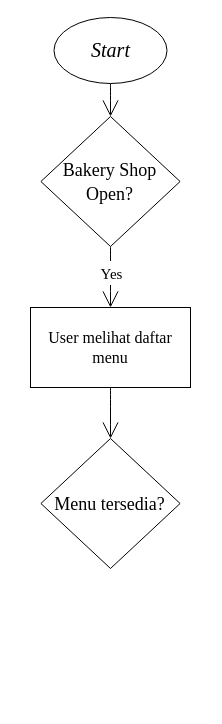
The draw.io diagram flowchart.drawio in cherylazalia/Cheryl_Azalia-BakeryShop, before the edit. Source tidied: cells renumbered, new cells numbered last; positions are measured from the earlier drawing's top-left corner, leaving out a move shared by most shapes. Both pictures are drawn from the tidied source at 100%, with x=0, y=0 at pixel (30, 17).
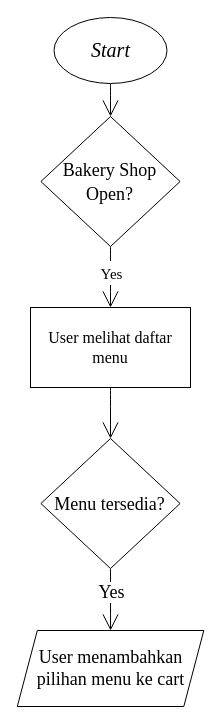
Above is the later version.

Commit message:
Pengondisian Jika Jawaban Benar

Diff of the diagram source:
```diff
@@
 <mxGraphModel>
   <root>
     <mxCell id="0" />
     <mxCell id="1" parent="0" />
     <mxCell id="2" style="edgeStyle=none;shape=connector;curved=1;rounded=0;sketch=0;hachureGap=4;html=1;labelBackgroundColor=default;fontFamily=Times New Roman;fontSize=16;fontColor=default;endArrow=open;startSize=14;endSize=14;sourcePerimeterSpacing=8;targetPerimeterSpacing=8;strokeColor=default;exitX=0.5;exitY=1;exitDx=0;exitDy=0;entryX=0.5;entryY=0;entryDx=0;entryDy=0;" parent="1" edge="1" source="4" target="8">
       <mxGeometry relative="1" as="geometry" />
     </mxCell>
     <mxCell id="3" value="&lt;font face=&quot;Times New Roman&quot; style=&quot;font-size: 15px&quot;&gt;Yes&lt;/font&gt;" style="edgeLabel;html=1;align=center;verticalAlign=middle;fontSize=20;fontFamily=Architects Daughter;fontColor=default;" parent="2" vertex="1">
       <mxGeometry x="-0.55" relative="1" as="geometry">
         <mxPoint y="11" as="offset" />
       </mxGeometry>
     </mxCell>
     <mxCell id="4" value="&lt;font face=&quot;Times New Roman&quot; style=&quot;font-size: 18px&quot;&gt;Bakery Shop Open?&lt;/font&gt;" style="rhombus;whiteSpace=wrap;html=1;sketch=0;hachureGap=4;fontFamily=Architects Daughter;fontSize=20;" parent="1" vertex="1">
       <mxGeometry x="10.4" y="99" width="139.2" height="130" as="geometry" />
     </mxCell>
     <mxCell id="5" style="edgeStyle=none;curved=1;rounded=0;sketch=0;hachureGap=4;jettySize=auto;html=1;fontFamily=Times New Roman;fontSize=16;endArrow=open;startSize=14;endSize=14;sourcePerimeterSpacing=8;targetPerimeterSpacing=8;exitX=0.5;exitY=1;exitDx=0;exitDy=0;entryX=0.5;entryY=0;entryDx=0;entryDy=0;" parent="1" edge="1" source="6" target="4">
       <mxGeometry relative="1" as="geometry" />
     </mxCell>
     <mxCell id="6" value="&lt;font face=&quot;Times New Roman&quot;&gt;&lt;i&gt;Start&lt;/i&gt;&lt;/font&gt;" style="ellipse;whiteSpace=wrap;html=1;sketch=0;hachureGap=4;fontFamily=Architects Daughter;fontSize=20;" parent="1" vertex="1">
       <mxGeometry x="23.5" width="113" height="66" as="geometry" />
     </mxCell>
     <mxCell id="7" style="edgeStyle=none;shape=connector;curved=1;rounded=0;sketch=0;hachureGap=4;html=1;labelBackgroundColor=default;fontFamily=Times New Roman;fontSize=18;fontColor=default;endArrow=open;startSize=14;endSize=14;sourcePerimeterSpacing=8;targetPerimeterSpacing=8;strokeColor=default;exitX=0.5;exitY=1;exitDx=0;exitDy=0;entryX=0.5;entryY=0;entryDx=0;entryDy=0;" parent="1" edge="1" source="8" target="9">
       <mxGeometry relative="1" as="geometry" />
     </mxCell>
     <mxCell id="8" value="User melihat daftar menu" style="rounded=0;whiteSpace=wrap;html=1;sketch=0;hachureGap=4;fontFamily=Times New Roman;fontSize=16;fontColor=default;" parent="1" vertex="1">
       <mxGeometry y="290" width="160" height="80" as="geometry" />
     </mxCell>
+    <mxCell id="10" style="edgeStyle=none;shape=connector;curved=1;rounded=0;sketch=0;hachureGap=4;html=1;labelBackgroundColor=default;fontFamily=Times New Roman;fontSize=18;fontColor=default;endArrow=open;startSize=14;endSize=14;sourcePerimeterSpacing=8;targetPerimeterSpacing=8;strokeColor=default;exitX=0.5;exitY=1;exitDx=0;exitDy=0;entryX=0.5;entryY=0;entryDx=0;entryDy=0;" parent="1" edge="1" source="9" target="12">
+      <mxGeometry relative="1" as="geometry" />
+    </mxCell>
+    <mxCell id="11" value="Yes" style="edgeLabel;html=1;align=center;verticalAlign=middle;fontSize=18;fontFamily=Times New Roman;fontColor=default;" parent="10" vertex="1">
+      <mxGeometry x="-0.61" relative="1" as="geometry">
+        <mxPoint y="12" as="offset" />
+      </mxGeometry>
+    </mxCell>
     <mxCell id="9" value="&lt;font face=&quot;Times New Roman&quot; style=&quot;font-size: 18px&quot;&gt;Menu tersedia?&lt;/font&gt;" style="rhombus;whiteSpace=wrap;html=1;sketch=0;hachureGap=4;fontFamily=Architects Daughter;fontSize=20;" parent="1" vertex="1">
       <mxGeometry x="10.4" y="421" width="139.2" height="130" as="geometry" />
     </mxCell>
+    <mxCell id="12" value="User menambahkan pilihan menu ke cart" style="shape=parallelogram;perimeter=parallelogramPerimeter;whiteSpace=wrap;html=1;fixedSize=1;sketch=0;hachureGap=4;fontFamily=Times New Roman;fontSize=18;fontColor=default;strokeColor=default;fillColor=default;" parent="1" vertex="1">
+      <mxGeometry x="-13.2" y="613" width="186.5" height="76" as="geometry" />
+    </mxCell>
   </root>
 </mxGraphModel>
```
